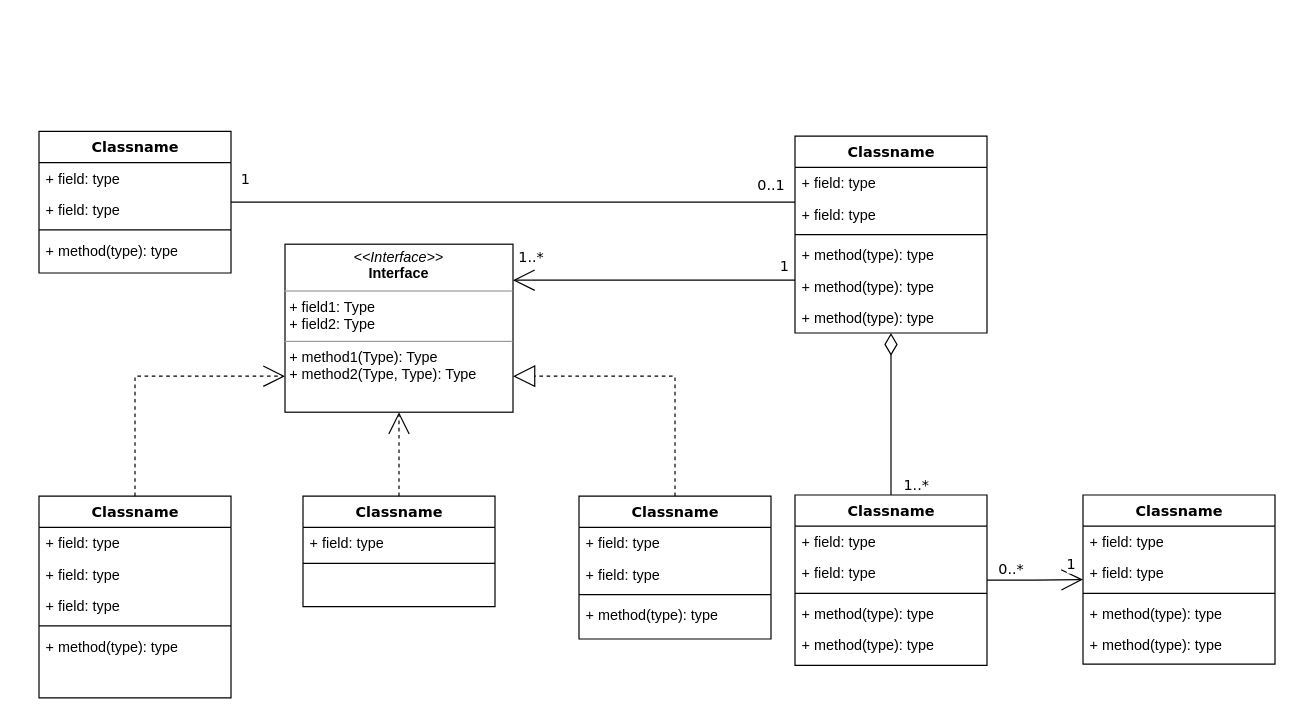
JackChen365/LibraryResources keeps this draw.io diagram as DrawIO/new player class diagram.drawio. Above is the earlier version. Source tidied: cells renumbered, new cells numbered last; positions are measured from the earlier drawing's top-left corner, leaving out a move shared by most shapes. Both pictures are drawn from the tidied source at 120%, with x=0, y=0 at pixel (38, 131).
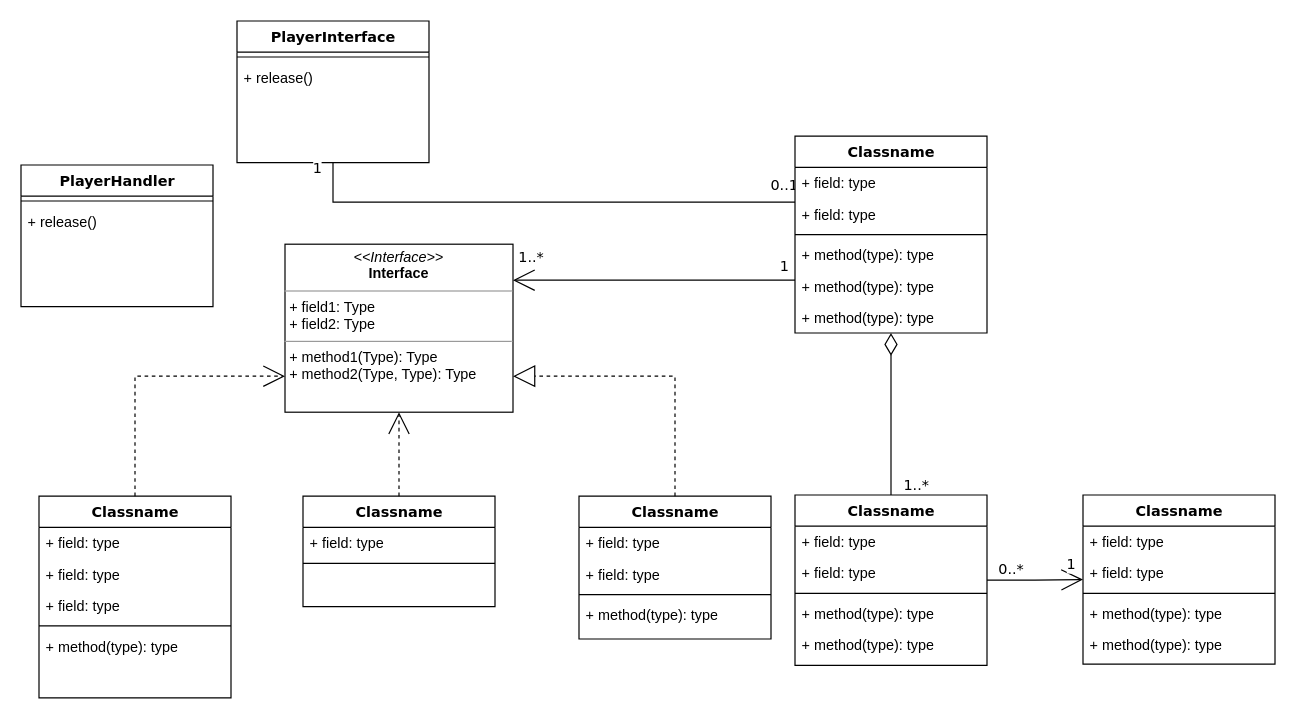
Above is the later version.

The edit, as a diff of the source:
```diff
@@
-    <mxCell id="9" value="Classname" style="swimlane;html=1;fontStyle=1;align=center;verticalAlign=top;horizontal=1;startSize=26;swimlaneFillColor=#ffffff;rounded=0;shadow=0;comic=0;labelBackgroundColor=none;strokeWidth=1;fillColor=none;fontFamily=Verdana;fontSize=12;" parent="1" vertex="1">
-      <mxGeometry width="160" height="118" as="geometry" />
+    <mxCell id="9" value="PlayerInterface" style="swimlane;html=1;fontStyle=1;align=center;verticalAlign=top;horizontal=1;startSize=26;swimlaneFillColor=#ffffff;rounded=0;shadow=0;comic=0;labelBackgroundColor=none;strokeWidth=1;fillColor=none;fontFamily=Verdana;fontSize=12;" parent="1" vertex="1">
+      <mxGeometry x="165" y="-92" width="160" height="118" as="geometry" />
     </mxCell>
-    <mxCell id="10" value="+ field: type" style="text;html=1;strokeColor=none;fillColor=none;align=left;verticalAlign=top;spacingLeft=4;spacingRight=4;whiteSpace=wrap;overflow=hidden;" parent="9" vertex="1">
-      <mxGeometry y="26" width="160" height="26" as="geometry" />
-    </mxCell>
-    <mxCell id="11" value="+ field: type" style="text;html=1;strokeColor=none;fillColor=none;align=left;verticalAlign=top;spacingLeft=4;spacingRight=4;whiteSpace=wrap;overflow=hidden;" parent="9" vertex="1">
-      <mxGeometry y="52" width="160" height="26" as="geometry" />
-    </mxCell>
     <mxCell id="12" style="line;html=1;strokeWidth=1;fillColor=none;align=left;verticalAlign=middle;spacingTop=-1;spacingLeft=3;spacingRight=3;labelPosition=right;" parent="9" vertex="1">
-      <mxGeometry y="78" width="160" height="8" as="geometry" />
+      <mxGeometry y="26" width="160" height="8" as="geometry" />
     </mxCell>
-    <mxCell id="13" value="+ method(type): type" style="text;html=1;strokeColor=none;fillColor=none;align=left;verticalAlign=top;spacingLeft=4;spacingRight=4;whiteSpace=wrap;overflow=hidden;" parent="9" vertex="1">
-      <mxGeometry y="86" width="160" height="26" as="geometry" />
+    <mxCell id="13" value="+ release()" style="text;html=1;strokeColor=none;fillColor=none;align=left;verticalAlign=top;spacingLeft=4;spacingRight=4;whiteSpace=wrap;overflow=hidden;" parent="9" vertex="1">
+      <mxGeometry y="34" width="160" height="26" as="geometry" />
     </mxCell>
@@
+    <mxCell id="55" value="PlayerHandler" style="swimlane;html=1;fontStyle=1;align=center;verticalAlign=top;horizontal=1;startSize=26;swimlaneFillColor=#ffffff;rounded=0;shadow=0;comic=0;labelBackgroundColor=none;strokeWidth=1;fillColor=none;fontFamily=Verdana;fontSize=12;" parent="1" vertex="1">
+      <mxGeometry x="-15" y="28" width="160" height="118" as="geometry" />
+    </mxCell>
+    <mxCell id="56" style="line;html=1;strokeWidth=1;fillColor=none;align=left;verticalAlign=middle;spacingTop=-1;spacingLeft=3;spacingRight=3;labelPosition=right;" parent="55" vertex="1">
+      <mxGeometry y="26" width="160" height="8" as="geometry" />
+    </mxCell>
+    <mxCell id="57" value="+ release()" style="text;html=1;strokeColor=none;fillColor=none;align=left;verticalAlign=top;spacingLeft=4;spacingRight=4;whiteSpace=wrap;overflow=hidden;" parent="55" vertex="1">
+      <mxGeometry y="34" width="160" height="26" as="geometry" />
+    </mxCell>
```
